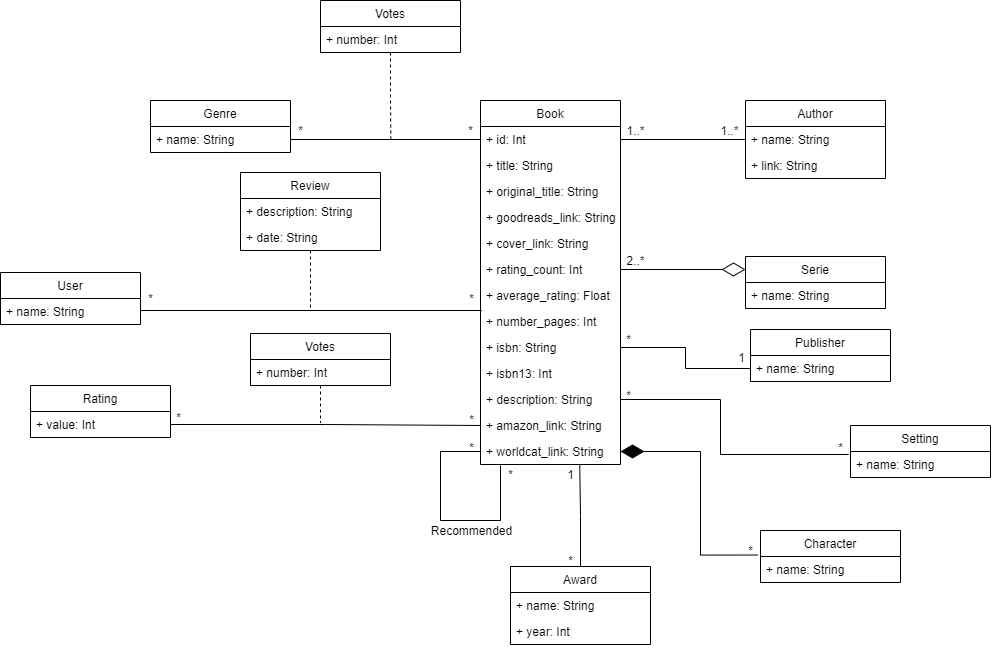
Before: images/uml.png, a diagram exported from draw.io (diogohalmeida/FEUP-PRI-PROJ). Source tidied: cells renumbered, new cells last; positions are measured from the earlier drawing's top-left corner, leaving out a move shared by most shapes.
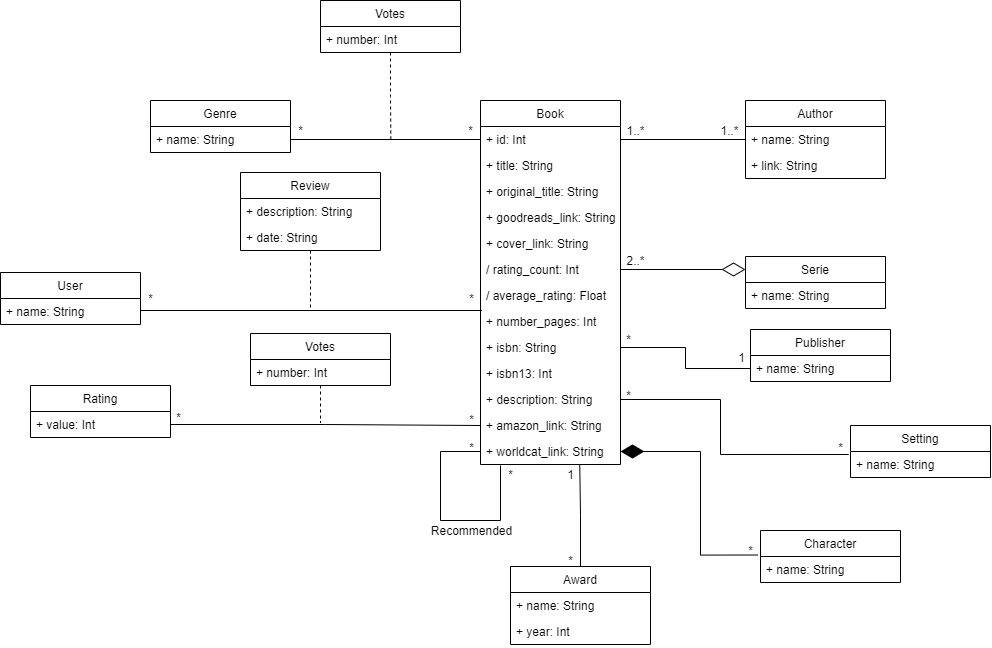
The same file after the commit.

The edit, as a diff of the source:
```diff
@@ -20,10 +20,10 @@
     <mxCell id="7" value="+ cover_link: String" style="text;strokeColor=none;fillColor=none;align=left;verticalAlign=top;spacingLeft=4;spacingRight=4;overflow=hidden;" parent="2" vertex="1">
       <mxGeometry y="130" width="140" height="26" as="geometry" />
     </mxCell>
-    <mxCell id="8" value="+ rating_count: Int" style="text;strokeColor=none;fillColor=none;align=left;verticalAlign=top;spacingLeft=4;spacingRight=4;overflow=hidden;points=[[0,0.5],[1,0.5]];portConstraint=eastwest;" parent="2" vertex="1">
+    <mxCell id="8" value="/ rating_count: Int" style="text;strokeColor=none;fillColor=none;align=left;verticalAlign=top;spacingLeft=4;spacingRight=4;overflow=hidden;points=[[0,0.5],[1,0.5]];portConstraint=eastwest;" parent="2" vertex="1">
       <mxGeometry y="156" width="140" height="26" as="geometry" />
     </mxCell>
-    <mxCell id="9" value="+ average_rating: Float" style="text;strokeColor=none;fillColor=none;align=left;verticalAlign=top;spacingLeft=4;spacingRight=4;overflow=hidden;" parent="2" vertex="1">
+    <mxCell id="9" value="/ average_rating: Float" style="text;strokeColor=none;fillColor=none;align=left;verticalAlign=top;spacingLeft=4;spacingRight=4;overflow=hidden;" parent="2" vertex="1">
       <mxGeometry y="182" width="140" height="26" as="geometry" />
     </mxCell>
     <mxCell id="10" value="+ number_pages: Int" style="text;strokeColor=none;fillColor=none;align=left;verticalAlign=top;spacingLeft=4;spacingRight=4;overflow=hidden;points=[[0,0.5],[1,0.5]];portConstraint=eastwest;" parent="2" vertex="1">
```
